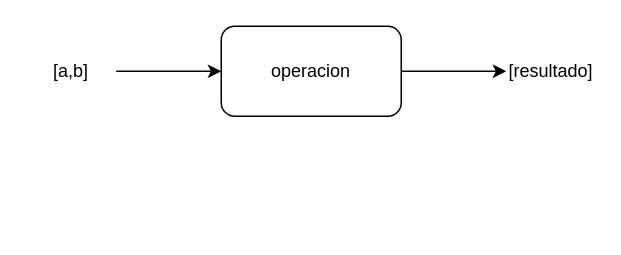
The draw.io diagram operacion_matlab.drawio in JuanCCH10/Matlab_function_axample, before the edit. Source tidied: cells renumbered, new cells numbered last; positions are measured from the earlier drawing's top-left corner, leaving out a move shared by most shapes. Both pictures are drawn from the tidied source at 150%, with x=0, y=0 at pixel (26, 26).
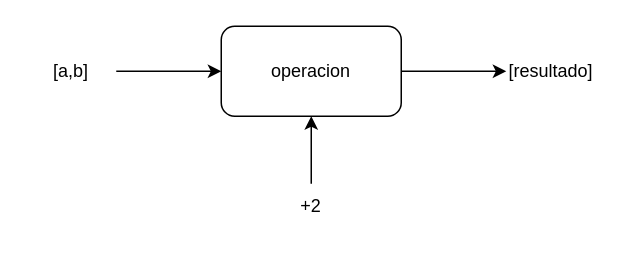
After the change.

Commit message (it also covers changes not shown here):
se agregó al diagrama las modificaciones de la función

What changed in the source:
```diff
@@
 <mxGraphModel>
   <root>
     <mxCell id="0" />
     <mxCell id="1" parent="0" />
     <mxCell id="2" style="edgeStyle=orthogonalEdgeStyle;rounded=0;jettySize=auto;html=1;" parent="1" edge="1" source="3" target="5">
       <mxGeometry relative="1" as="geometry" />
     </mxCell>
     <mxCell id="3" value="[a,b]" style="text;html=1;align=center;verticalAlign=middle;whiteSpace=wrap;rounded=0;" parent="1" vertex="1">
       <mxGeometry y="15" width="60" height="30" as="geometry" />
     </mxCell>
     <mxCell id="4" style="edgeStyle=orthogonalEdgeStyle;rounded=0;jettySize=auto;html=1;" parent="1" edge="1" source="5" target="6">
       <mxGeometry relative="1" as="geometry" />
     </mxCell>
     <mxCell id="5" value="operacion" style="rounded=1;whiteSpace=wrap;html=1;" parent="1" vertex="1">
       <mxGeometry x="130" width="120" height="60" as="geometry" />
     </mxCell>
     <mxCell id="6" value="[resultado]" style="text;html=1;align=center;verticalAlign=middle;whiteSpace=wrap;rounded=0;" parent="1" vertex="1">
       <mxGeometry x="320" y="15" width="60" height="30" as="geometry" />
     </mxCell>
+    <mxCell id="7" style="edgeStyle=orthogonalEdgeStyle;rounded=0;jettySize=auto;html=1;" parent="1" edge="1" source="8" target="5">
+      <mxGeometry relative="1" as="geometry" />
+    </mxCell>
+    <mxCell id="8" value="+2" style="text;html=1;align=center;verticalAlign=middle;whiteSpace=wrap;rounded=0;" parent="1" vertex="1">
+      <mxGeometry x="160" y="105" width="60" height="30" as="geometry" />
+    </mxCell>
   </root>
 </mxGraphModel>
```
